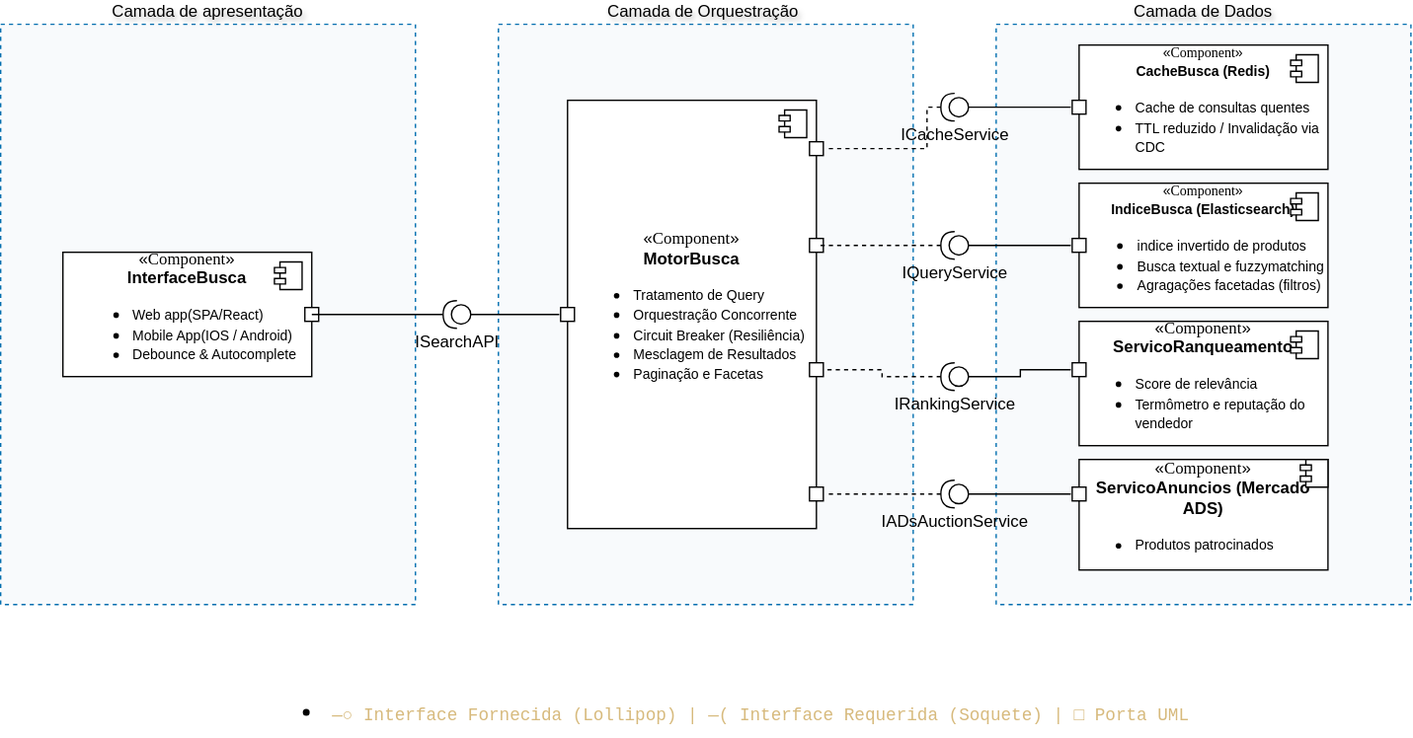
Earlier version of the draw.io export docs/Assets/Subequipe2/Diagrama de Componentes.drawio.svg (UnBArqDsw2026-2-Turma01/2026.2-T01-_G1_ProjetoComercioEletronico_Entrega_02). Source tidied: cells renumbered, new cells last; positions are measured from the earlier drawing's top-left corner, leaving out a move shared by most shapes.
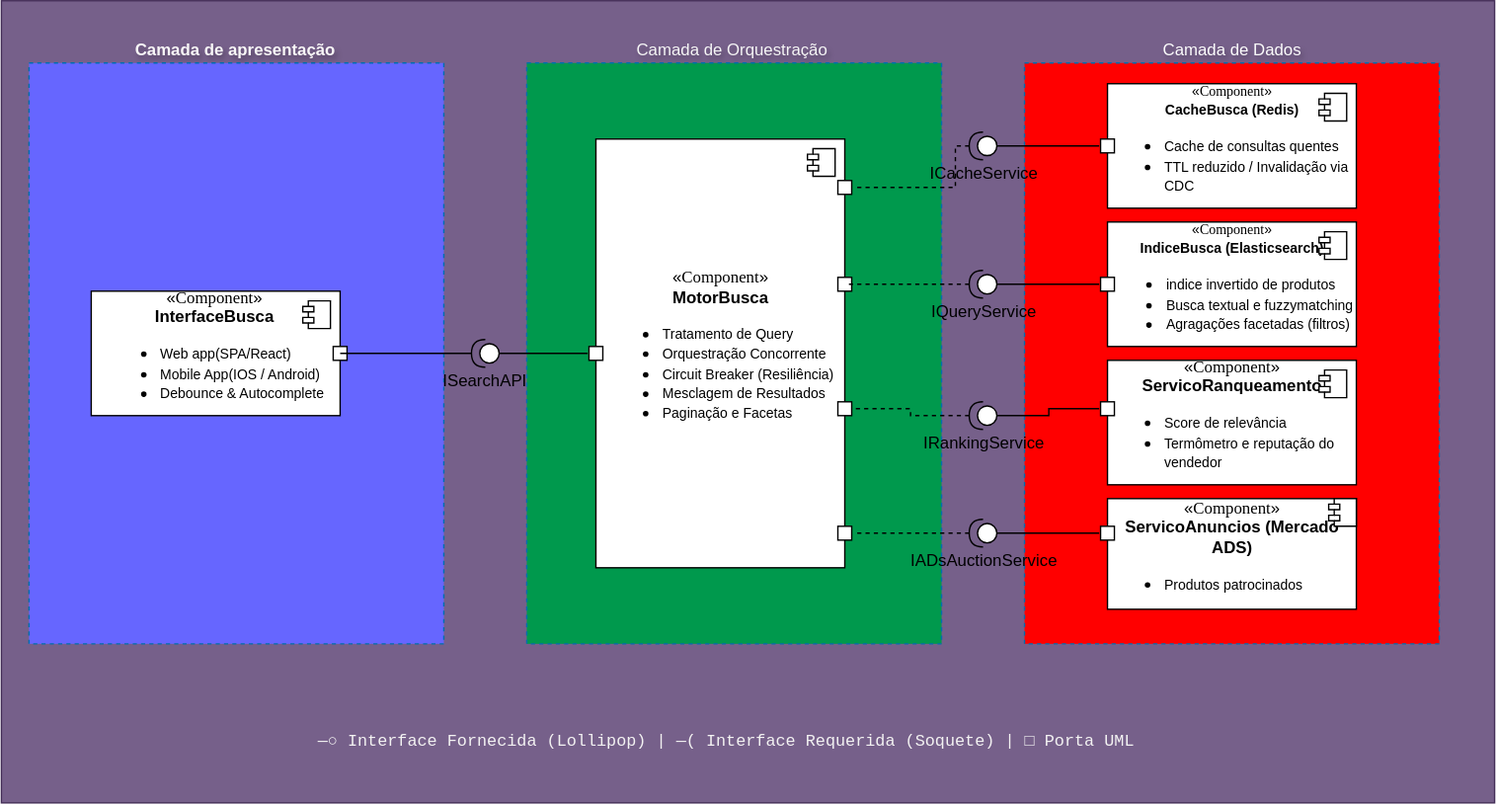
The same file after the commit.

Commit message:
adicionado diagrama de componente,atividades e IAGenerativa

Change to the diagram source:
```diff
@@ -1,14 +1,17 @@
-<mxGraphModel>
+<mxGraphModel background="light-dark(#ffffff, #121212)">
   <root>
     <mxCell id="0" />
     <mxCell id="1" parent="0" />
+    <mxCell id="45" style="rounded=0;whiteSpace=wrap;html=1;fillColor=#76608a;fontColor=#ffffff;strokeColor=#432D57;" parent="1" vertex="1">
+      <mxGeometry x="-20" y="-45" width="1080" height="580" as="geometry" />
+    </mxCell>
-    <mxCell id="2" value="Camada de Orquestração&amp;nbsp;" style="rounded=0;whiteSpace=wrap;html=1;dashed=1;fillColor=#F8FAFC;strokeColor=#006EAF;textShadow=1;labelPosition=center;verticalLabelPosition=top;align=center;verticalAlign=bottom;" parent="1" vertex="1">
+    <mxCell id="2" value="&lt;span style=&quot;color: light-dark(rgb(245, 245, 245), rgb(237, 237, 237));&quot;&gt;Camada de Orquestração&amp;nbsp;&lt;/span&gt;" style="rounded=0;whiteSpace=wrap;html=1;dashed=1;fillColor=#00994D;strokeColor=#006EAF;textShadow=1;labelPosition=center;verticalLabelPosition=top;align=center;verticalAlign=bottom;" parent="1" vertex="1">
       <mxGeometry x="360" width="300" height="420" as="geometry" />
     </mxCell>
-    <mxCell id="3" value="Camada de apresentação" style="rounded=0;whiteSpace=wrap;html=1;dashed=1;fillColor=#F8FAFC;strokeColor=#006EAF;textShadow=1;labelPosition=center;verticalLabelPosition=top;align=center;verticalAlign=bottom;" parent="1" vertex="1">
+    <mxCell id="3" value="&lt;span style=&quot;color: light-dark(rgb(248, 247, 247), rgb(237, 237, 237));&quot;&gt;&lt;b&gt;Camada de apresentação&lt;/b&gt;&lt;/span&gt;" style="rounded=0;whiteSpace=wrap;html=1;dashed=1;fillColor=#6666FF;strokeColor=#006EAF;textShadow=1;labelPosition=center;verticalLabelPosition=top;align=center;verticalAlign=bottom;" parent="1" vertex="1">
       <mxGeometry width="300" height="420" as="geometry" />
     </mxCell>
-    <mxCell id="4" value="«&lt;font face=&quot;itálico&quot;&gt;Component&lt;/font&gt;»&lt;div&gt;&lt;b style=&quot;background-color: transparent; color: light-dark(rgb(0, 0, 0), rgb(255, 255, 255));&quot;&gt;InterfaceBusca&lt;/b&gt;&lt;/div&gt;&lt;div&gt;&lt;ul&gt;&lt;li style=&quot;text-align: left;&quot;&gt;&lt;span style=&quot;font-size: 10px; background-color: transparent; color: light-dark(rgb(0, 0, 0), rgb(255, 255, 255));&quot;&gt;Web app(SPA/React)&lt;/span&gt;&lt;/li&gt;&lt;li style=&quot;text-align: left;&quot;&gt;&lt;span style=&quot;background-color: transparent; color: light-dark(rgb(0, 0, 0), rgb(255, 255, 255));&quot;&gt;&lt;font style=&quot;font-size: 10px;&quot;&gt;Mobile App(IOS / Android)&lt;/font&gt;&lt;/span&gt;&lt;/li&gt;&lt;li style=&quot;text-align: left;&quot;&gt;&lt;span style=&quot;background-color: transparent; color: light-dark(rgb(0, 0, 0), rgb(255, 255, 255));&quot;&gt;&lt;font style=&quot;font-size: 10px;&quot;&gt;Debounce &amp;amp; Autocomplete&lt;/font&gt;&lt;/span&gt;&lt;/li&gt;&lt;/ul&gt;&lt;/div&gt;" style="html=1;whiteSpace=wrap;" parent="1" vertex="1">
+    <mxCell id="4" value="«&lt;font face=&quot;itálico&quot;&gt;Component&lt;/font&gt;»&lt;div&gt;&lt;b style=&quot;background-color: transparent; color: light-dark(rgb(0, 0, 0), rgb(255, 255, 255));&quot;&gt;InterfaceBusca&lt;/b&gt;&lt;/div&gt;&lt;div&gt;&lt;ul&gt;&lt;li style=&quot;text-align: left;&quot;&gt;&lt;span style=&quot;font-size: 10px; background-color: transparent; color: light-dark(rgb(0, 0, 0), rgb(255, 255, 255));&quot;&gt;Web app(SPA/React)&lt;/span&gt;&lt;/li&gt;&lt;li style=&quot;text-align: left;&quot;&gt;&lt;span style=&quot;background-color: transparent; color: light-dark(rgb(0, 0, 0), rgb(255, 255, 255));&quot;&gt;&lt;font style=&quot;font-size: 10px;&quot;&gt;Mobile App(IOS / Android)&lt;/font&gt;&lt;/span&gt;&lt;/li&gt;&lt;li style=&quot;text-align: left;&quot;&gt;&lt;span style=&quot;background-color: transparent; color: light-dark(rgb(0, 0, 0), rgb(255, 255, 255));&quot;&gt;&lt;font style=&quot;font-size: 10px;&quot;&gt;Debounce &amp;amp; Autocomplete&lt;/font&gt;&lt;/span&gt;&lt;/li&gt;&lt;/ul&gt;&lt;/div&gt;" style="html=1;whiteSpace=wrap;fillColor=#FFFFFF;" parent="1" vertex="1">
       <mxGeometry x="45" y="165" width="180" height="90" as="geometry" />
     </mxCell>
     <mxCell id="5" style="shape=module;jettyWidth=8;jettyHeight=4;" parent="4" vertex="1">
@@ -30,7 +33,7 @@
     <mxCell id="9" style="rounded=0;whiteSpace=wrap;html=1;fillColor=default;perimeterSpacing=1;strokeColor=default;" parent="1" vertex="1">
       <mxGeometry x="585" y="155" width="10" height="10" as="geometry" />
     </mxCell>
-    <mxCell id="10" value="Camada de Dados" style="rounded=0;whiteSpace=wrap;html=1;dashed=1;fillColor=#F8FAFC;strokeColor=#006EAF;textShadow=1;labelPosition=center;verticalLabelPosition=top;align=center;verticalAlign=bottom;" parent="1" vertex="1">
+    <mxCell id="10" value="&lt;span style=&quot;color: light-dark(rgb(252, 252, 252), rgb(237, 237, 237));&quot;&gt;Camada de Dados&lt;/span&gt;" style="rounded=0;whiteSpace=wrap;html=1;dashed=1;fillColor=#FF0000;strokeColor=#006EAF;textShadow=1;labelPosition=center;verticalLabelPosition=top;align=center;verticalAlign=bottom;" parent="1" vertex="1">
       <mxGeometry x="720" width="300" height="420" as="geometry" />
     </mxCell>
     <mxCell id="11" value="&lt;font style=&quot;font-size: 10px;&quot;&gt;«&lt;font face=&quot;itálico&quot; style=&quot;&quot;&gt;Component&lt;/font&gt;»&lt;/font&gt;&lt;div&gt;&lt;b style=&quot;background-color: transparent; color: light-dark(rgb(0, 0, 0), rgb(255, 255, 255));&quot;&gt;&lt;font style=&quot;font-size: 10px;&quot;&gt;IndiceBusca (Elasticsearch)&lt;/font&gt;&lt;/b&gt;&lt;/div&gt;&lt;div&gt;&lt;ul&gt;&lt;li style=&quot;text-align: left;&quot;&gt;&lt;font style=&quot;font-size: 10px;&quot;&gt;indice invertido de produtos&lt;/font&gt;&lt;/li&gt;&lt;li style=&quot;text-align: left;&quot;&gt;&lt;font style=&quot;font-size: 10px;&quot;&gt;Busca textual e fuzzymatching&lt;/font&gt;&lt;/li&gt;&lt;li style=&quot;text-align: left;&quot;&gt;&lt;font style=&quot;font-size: 10px;&quot;&gt;Agragações facetadas (filtros)&lt;/font&gt;&lt;/li&gt;&lt;/ul&gt;&lt;/div&gt;" style="html=1;whiteSpace=wrap;" parent="1" vertex="1">
@@ -89,9 +92,6 @@
     <mxCell id="26" style="rounded=0;whiteSpace=wrap;html=1;fillColor=default;perimeterSpacing=1;strokeColor=default;" parent="1" vertex="1">
       <mxGeometry x="775" y="55" width="10" height="10" as="geometry" />
     </mxCell>
-    <mxCell id="27" value="&lt;ul style=&quot;--tw-border-spacing-x: 0px; --tw-border-spacing-y: 0px; --tw-translate-x: 0; --tw-translate-y: 0; --tw-translate-z: 0; --tw-scale-x: 1; --tw-scale-y: 1; --tw-scale-z: 1; --tw-space-y-reverse: 0; --tw-space-x-reverse: 0; --tw-divide-x-reverse: 0; --tw-border-style: solid; --tw-divide-y-reverse: 0; --tw-gradient-from: light-dark(rgba(0, 0, 0, 0), #ededed00); --tw-gradient-via: light-dark(rgba(0, 0, 0, 0), #ededed00); --tw-gradient-to: light-dark(rgba(0, 0, 0, 0), #ededed00); --tw-gradient-from-position: 0%; --tw-gradient-via-position: 50%; --tw-gradient-to-position: 100%; --tw-shadow: 0 0 #0000; --tw-shadow-alpha: 100%; --tw-inset-shadow: 0 0 #0000; --tw-inset-shadow-alpha: 100%; --tw-ring-shadow: 0 0 #0000; --tw-inset-ring-shadow: 0 0 #0000; --tw-ring-offset-width: 0px; --tw-ring-offset-color: light-dark(#fff, #000000); --tw-ring-offset-shadow: 0 0 #0000; --tw-outline-style: solid; --tw-drop-shadow-alpha: 100%; --tw-content: &amp;quot;&amp;quot;; box-sizing: border-box; margin: 0px; padding: 0px 0px 0px 40px; border: 0px solid rgba(255, 255, 255, 0.05); list-style: disc; margin-block: 8px; font-family: system-ui, -apple-system, BlinkMacSystemFont, &amp;quot;Segoe UI&amp;quot;, Roboto, &amp;quot;Helvetica Neue&amp;quot;, Arial, sans-serif; font-size: 14px; text-align: start;&quot;&gt;&lt;li style=&quot;--tw-border-spacing-x: 0px; --tw-border-spacing-y: 0px; --tw-translate-x: 0; --tw-translate-y: 0; --tw-translate-z: 0; --tw-scale-x: 1; --tw-scale-y: 1; --tw-scale-z: 1; --tw-space-y-reverse: 0; --tw-space-x-reverse: 0; --tw-divide-x-reverse: 0; --tw-border-style: solid; --tw-divide-y-reverse: 0; --tw-gradient-from: light-dark(rgba(0, 0, 0, 0), #ededed00); --tw-gradient-via: light-dark(rgba(0, 0, 0, 0), #ededed00); --tw-gradient-to: light-dark(rgba(0, 0, 0, 0), #ededed00); --tw-gradient-from-position: 0%; --tw-gradient-via-position: 50%; --tw-gradient-to-position: 100%; --tw-shadow: 0 0 #0000; --tw-shadow-alpha: 100%; --tw-inset-shadow: 0 0 #0000; --tw-inset-shadow-alpha: 100%; --tw-ring-shadow: 0 0 #0000; --tw-inset-ring-shadow: 0 0 #0000; --tw-ring-offset-width: 0px; --tw-ring-offset-color: light-dark(#fff, #000000); --tw-ring-offset-shadow: 0 0 #0000; --tw-outline-style: solid; --tw-drop-shadow-alpha: 100%; --tw-content: &amp;quot;&amp;quot;; box-sizing: border-box; margin: 0px; padding: 0px; border: 0px solid rgba(255, 255, 255, 0.05);&quot;&gt;&lt;code class=&quot;whitespace-pre-wrap&quot; style=&quot;--tw-border-spacing-x: 0px; --tw-border-spacing-y: 0px; --tw-translate-x: 0; --tw-translate-y: 0; --tw-translate-z: 0; --tw-scale-x: 1; --tw-scale-y: 1; --tw-scale-z: 1; --tw-space-y-reverse: 0; --tw-space-x-reverse: 0; --tw-divide-x-reverse: 0; --tw-border-style: solid; --tw-divide-y-reverse: 0; --tw-gradient-from: light-dark(rgba(0, 0, 0, 0), #ededed00); --tw-gradient-via: light-dark(rgba(0, 0, 0, 0), #ededed00); --tw-gradient-to: light-dark(rgba(0, 0, 0, 0), #ededed00); --tw-gradient-from-position: 0%; --tw-gradient-via-position: 50%; --tw-gradient-to-position: 100%; --tw-shadow: 0 0 #0000; --tw-shadow-alpha: 100%; --tw-inset-shadow: 0 0 #0000; --tw-inset-shadow-alpha: 100%; --tw-ring-shadow: 0 0 #0000; --tw-inset-ring-shadow: 0 0 #0000; --tw-ring-offset-width: 0px; --tw-ring-offset-color: light-dark(#fff, #000000); --tw-ring-offset-shadow: 0 0 #0000; --tw-outline-style: solid; --tw-drop-shadow-alpha: 100%; --tw-content: &amp;quot;&amp;quot;; box-sizing: border-box; margin: 0px; padding: 0px; border: 0px solid rgba(255, 255, 255, 0.05); font-family: ui-monospace, SFMono-Regular, Menlo, Monaco, Consolas, &amp;quot;Liberation Mono&amp;quot;, &amp;quot;Courier New&amp;quot;, monospace; font-feature-settings: normal; font-variation-settings: normal; font-size: 0.9em; white-space: pre-wrap; border-radius: 0.25rem; padding-inline: 4px; padding-block: 2px; word-break: break-word; background-color: light-dark(#ffffff, var(--ge-dark-color, #121212)); color: light-dark(rgb(215, 186, 125), rgb(237, 237, 237));&quot;&gt;—○ Interface Fornecida (Lollipop) | —( Interface Requerida (Soquete) | □ Porta UML&lt;/code&gt;&lt;/li&gt;&lt;/ul&gt;" style="text;html=1;whiteSpace=wrap;strokeColor=none;fillColor=none;align=center;verticalAlign=middle;rounded=0;" parent="1" vertex="1">
-      <mxGeometry x="120" y="485" width="820" height="30" as="geometry" />
-    </mxCell>
     <mxCell id="28" style="ellipse;whiteSpace=wrap;html=1;align=center;fillColor=none;strokeColor=none;perimeter=centerPerimeter;" parent="1" vertex="1">
       <mxGeometry x="240" y="175" width="10" height="10" as="geometry" />
     </mxCell>
@@ -150,5 +150,8 @@
     <mxCell id="44" value="IADsAuctionService" style="shape=providedRequiredInterface;html=1;verticalLabelPosition=bottom;sketch=0;flipH=1;legacyAnchorPoints=0;" parent="1" vertex="1">
       <mxGeometry x="680" y="330" width="20" height="20" as="geometry" />
     </mxCell>
+    <mxCell id="27" value="&lt;span style=&quot;font-family: ui-monospace, SFMono-Regular, Menlo, Monaco, Consolas, &amp;quot;Liberation Mono&amp;quot;, &amp;quot;Courier New&amp;quot;, monospace; white-space: pre-wrap; text-align: start; color: light-dark(rgb(243, 242, 242), rgb(237, 237, 237));&quot;&gt;&lt;font&gt;—○ Interface Fornecida (Lollipop) | —( Interface Requerida (Soquete) | □ Porta UML&lt;/font&gt;&lt;/span&gt;" style="text;html=1;whiteSpace=wrap;strokeColor=none;fillColor=none;align=center;verticalAlign=middle;rounded=0;" parent="1" vertex="1">
+      <mxGeometry x="100" y="475" width="810" height="30" as="geometry" />
+    </mxCell>
   </root>
 </mxGraphModel>
```
